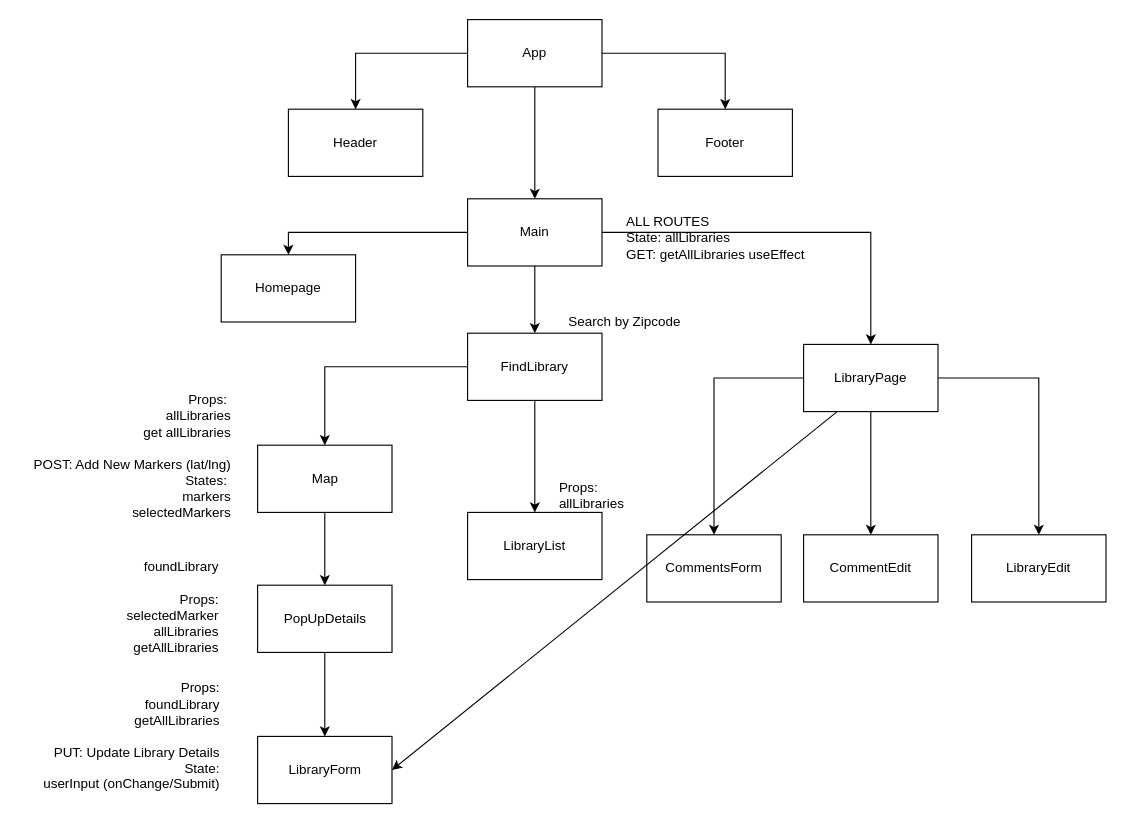
Above: planning/wireframes/LibreLibro Components.drawio in tashi-ono/libre_libro_client (draw.io), before the change. Source tidied: cells renumbered, new cells numbered last; positions are measured from the earlier drawing's top-left corner, leaving out a move shared by most shapes. Both pictures are drawn from the tidied source at 112%, with x=0, y=0 at pixel (19, 19).
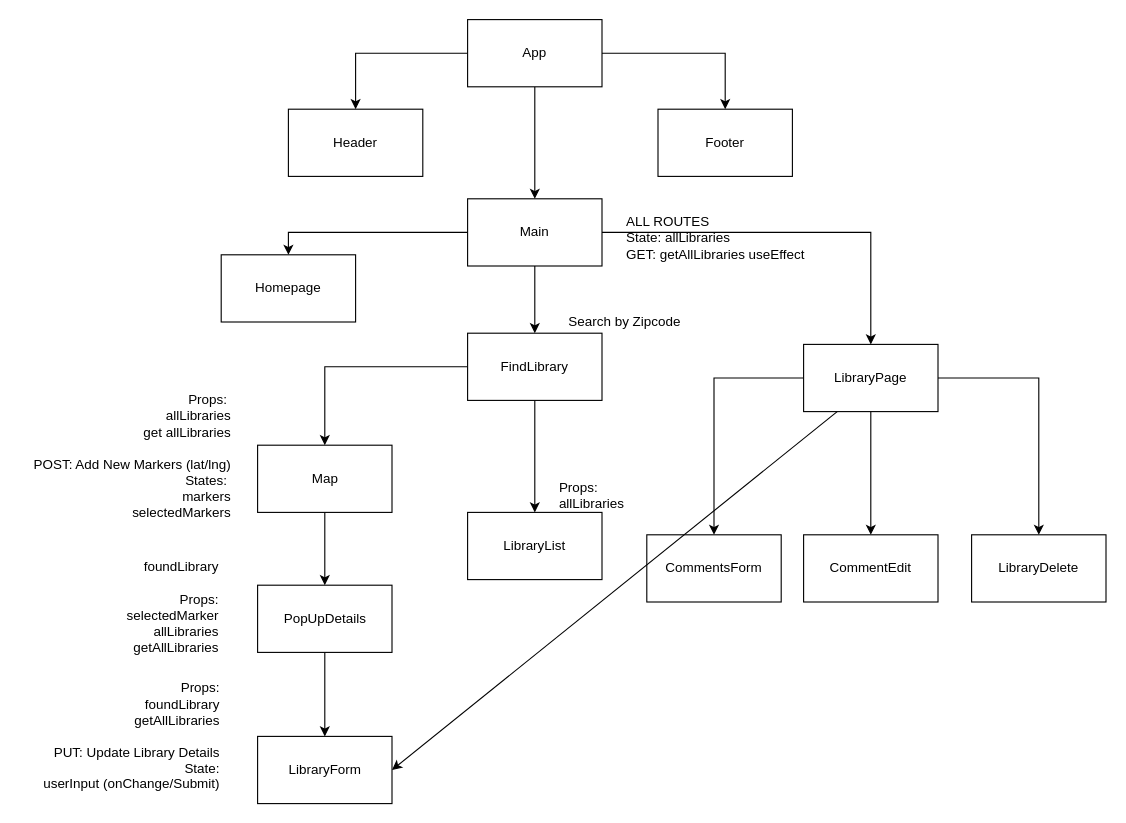
The same page after the edit.

What changed in the source:
```diff
@@
-    <mxCell id="34" value="LibraryEdit" style="rounded=0;whiteSpace=wrap;html=1;" parent="1" vertex="1">
+    <mxCell id="34" value="LibraryDelete" style="rounded=0;whiteSpace=wrap;html=1;" parent="1" vertex="1">
       <mxGeometry x="850" y="460" width="120" height="60" as="geometry" />
     </mxCell>
```
